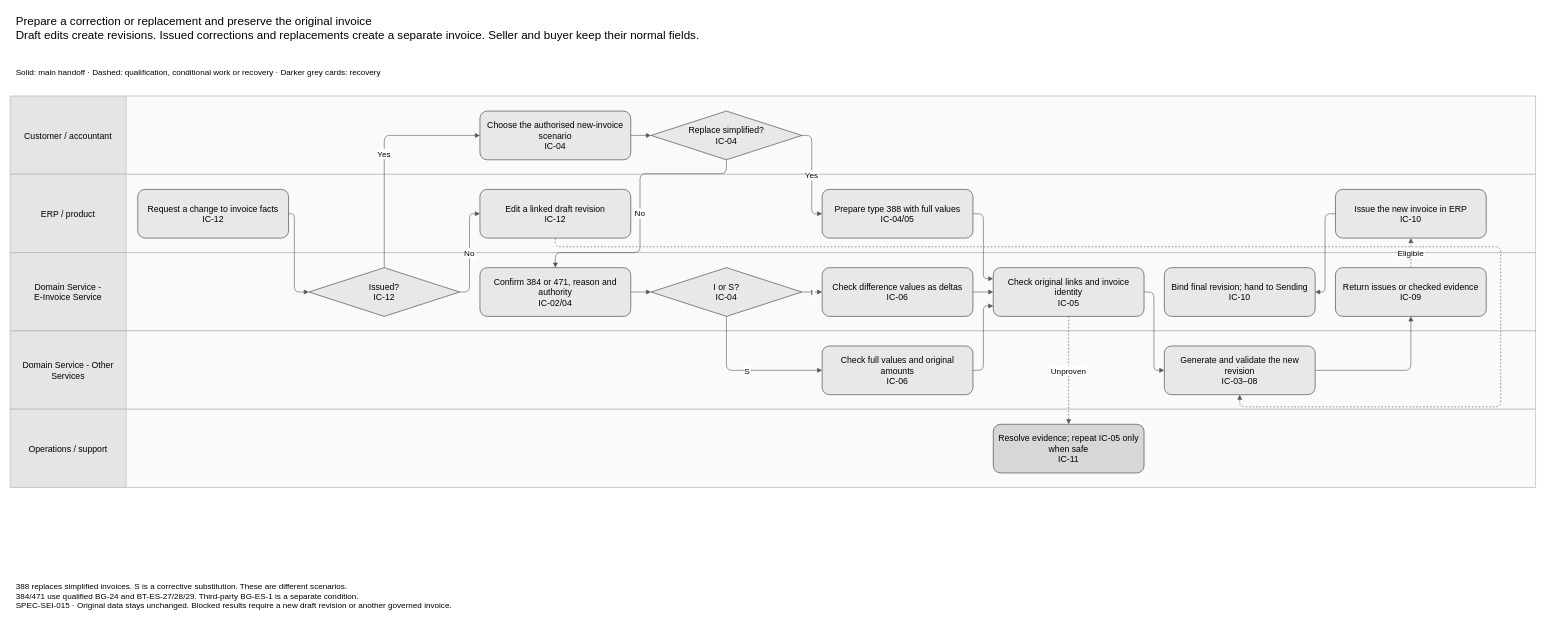
Above: assets/diagrams/invoice-creation-correction-process.drawio in jiaxinhe0709/pm_second_brain (draw.io), before the change. Source tidied: cells renumbered, new cells numbered last; positions are measured from the earlier drawing's top-left corner, leaving out a move shared by most shapes. Both pictures are drawn from the tidied source at 58%, with x=0, y=0 at pixel (10, 10).
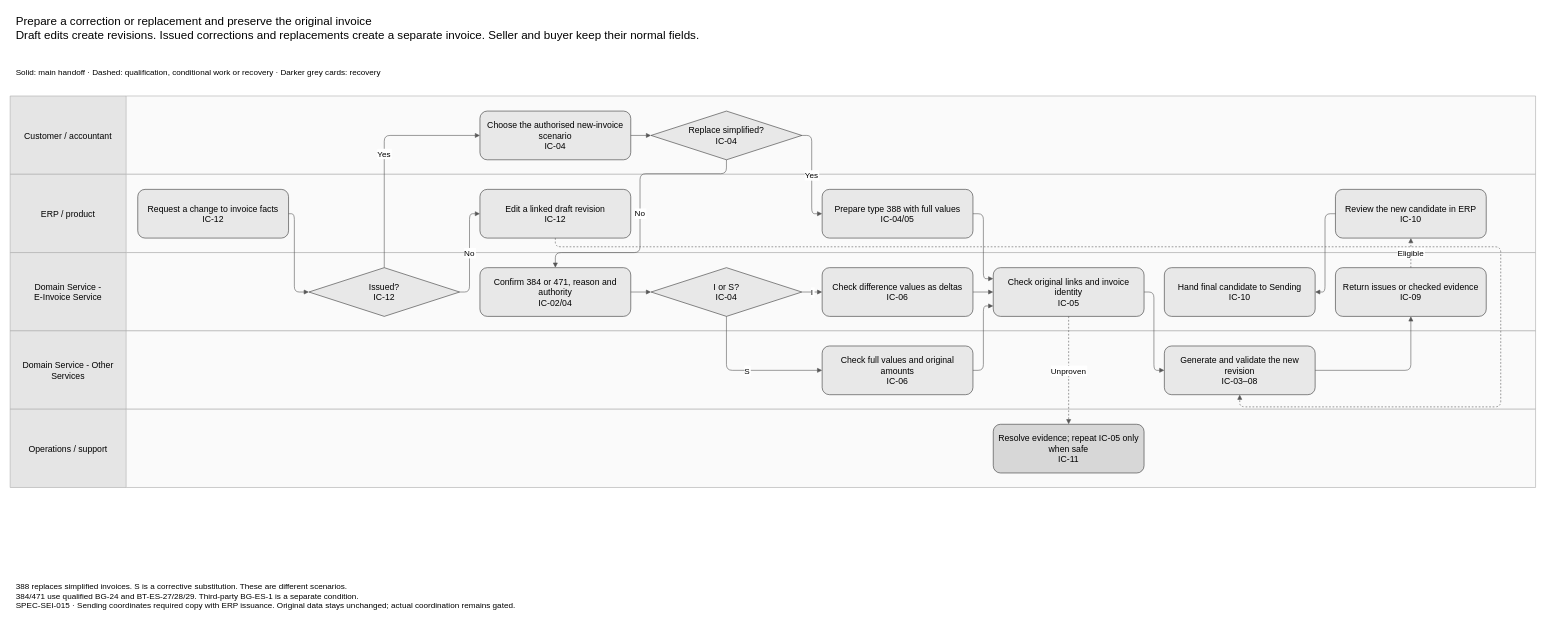
The same page after the edit.

Change to the diagram source:
```diff
@@
-    <mxCell id="27" value="Issue the new invoice in ERP&#10;IC-10" style="rounded=1;whiteSpace=wrap;html=0;fontSize=15;fillColor=#e8e8e8;strokeColor=#333333;spacing=8;" parent="1" vertex="1">
+    <mxCell id="27" value="Review the new candidate in ERP&#10;IC-10" style="rounded=1;whiteSpace=wrap;html=0;fontSize=15;fillColor=#e8e8e8;strokeColor=#333333;spacing=8;" parent="1" vertex="1">
       <mxGeometry x="2285" y="309" width="260" height="84" as="geometry" />
     </mxCell>
-    <mxCell id="28" value="Bind final revision; hand to Sending&#10;IC-10" style="rounded=1;whiteSpace=wrap;html=0;fontSize=15;fillColor=#e8e8e8;strokeColor=#333333;spacing=8;" parent="1" vertex="1">
+    <mxCell id="28" value="Hand final candidate to Sending&#10;IC-10" style="rounded=1;whiteSpace=wrap;html=0;fontSize=15;fillColor=#e8e8e8;strokeColor=#333333;spacing=8;" parent="1" vertex="1">
       <mxGeometry x="1990" y="444" width="260" height="84" as="geometry" />
     </mxCell>
@@
-    <mxCell id="48" value="388 replaces simplified invoices. S is a corrective substitution. These are different scenarios.&#10;384/471 use qualified BG-24 and BT-ES-27/28/29. Third-party BG-ES-1 is a separate condition.&#10;SPEC-SEI-015 · Original data stays unchanged. Blocked results require a new draft revision or another governed invoice." style="text;whiteSpace=wrap;html=0;align=left;fontSize=14;" parent="1" vertex="1">
+    <mxCell id="48" value="388 replaces simplified invoices. S is a corrective substitution. These are different scenarios.&#10;384/471 use qualified BG-24 and BT-ES-27/28/29. Third-party BG-ES-1 is a separate condition.&#10;SPEC-SEI-015 · Sending coordinates required copy with ERP issuance. Original data stays unchanged; actual coordination remains gated." style="text;whiteSpace=wrap;html=0;align=left;fontSize=14;" parent="1" vertex="1">
       <mxGeometry x="8" y="978" width="2614" height="70" as="geometry" />
     </mxCell>
```
